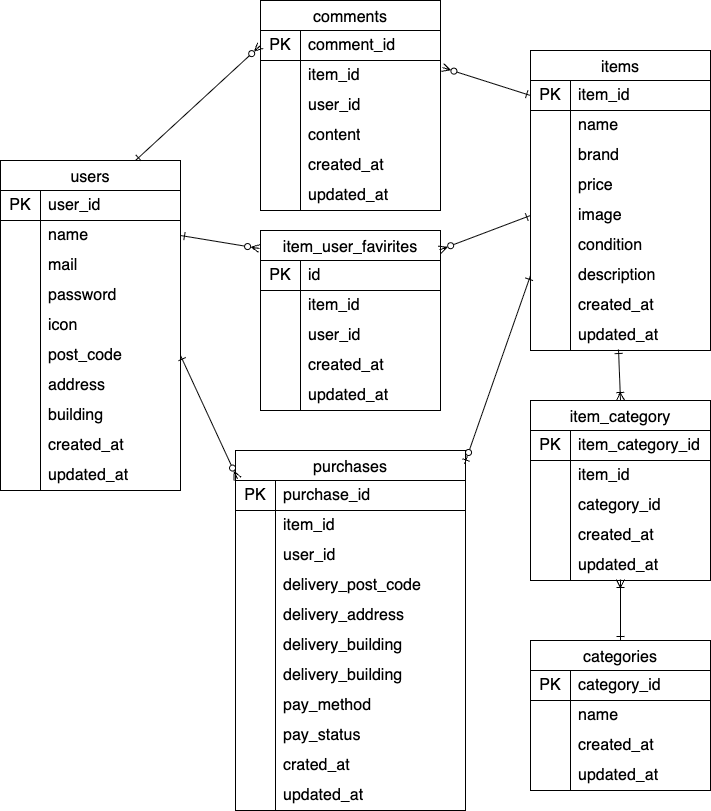
Above: src/ER.drawio.png in hirori374/flea-market-app (draw.io), before the change. Source tidied: cells renumbered, new cells last; positions are measured from the earlier drawing's top-left corner, leaving out a move shared by most shapes.
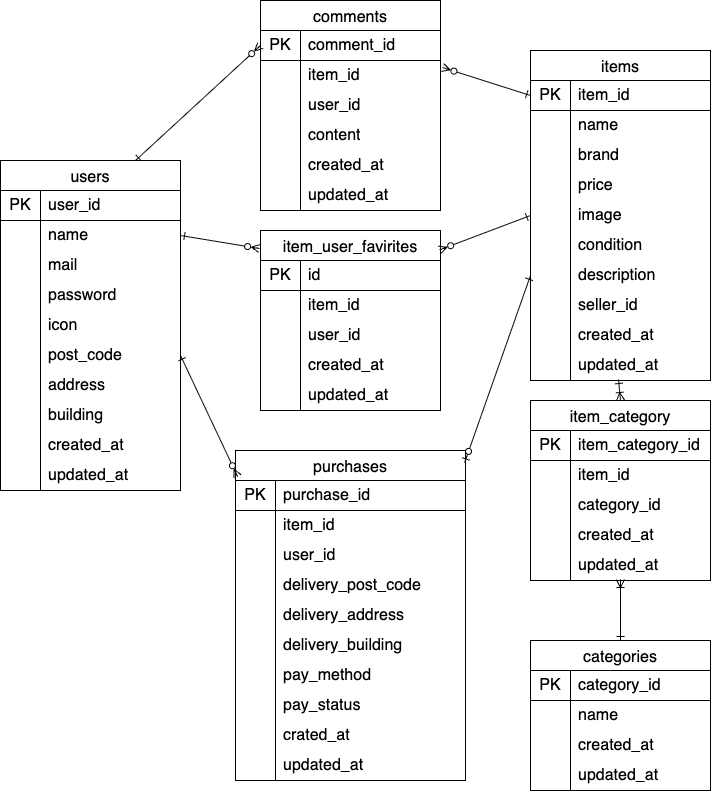
Later version of the same file.

Change to the diagram source:
```diff
@@ -96,7 +96,7 @@
       <mxGeometry x="40" width="140" height="30" as="geometry" />
     </mxCell>
     <mxCell id="33" value="items" style="shape=table;startSize=30;rowLines=0;fontStyle=0;strokeColor=default;fontSize=16;flipH=1;flipV=0;columnLines=1;resizeLastRow=0;absoluteArcSize=0;swimlaneHead=1;top=1;noLabel=0;" parent="1" vertex="1">
-      <mxGeometry x="530" y="50" width="180" height="300" as="geometry" />
+      <mxGeometry x="530" y="50" width="180" height="330" as="geometry" />
     </mxCell>
     <mxCell id="34" style="shape=tableRow;horizontal=0;startSize=0;swimlaneHead=0;swimlaneBody=0;top=0;left=0;bottom=0;right=0;fillColor=none;points=[[0,0.5],[1,0.5]];portConstraint=eastwest;strokeColor=default;fontSize=16;" parent="33" vertex="1">
       <mxGeometry y="30" width="180" height="30" as="geometry" />
@@ -161,8 +161,17 @@
     <mxCell id="54" value="description" style="shape=partialRectangle;html=1;whiteSpace=wrap;fillColor=none;top=0;left=0;bottom=0;right=0;align=left;spacingLeft=6;overflow=hidden;strokeColor=default;fontSize=16;" parent="52" vertex="1">
       <mxGeometry x="40" width="140" height="30" as="geometry" />
     </mxCell>
+    <mxCell id="167" style="shape=tableRow;horizontal=0;startSize=0;swimlaneHead=0;swimlaneBody=0;top=0;left=0;bottom=0;right=0;fillColor=none;strokeColor=default;fontSize=16;" parent="33" vertex="1">
+      <mxGeometry y="240" width="180" height="30" as="geometry" />
+    </mxCell>
+    <mxCell id="168" style="shape=partialRectangle;html=1;whiteSpace=wrap;fillColor=none;top=0;left=0;bottom=0;right=0;overflow=hidden;strokeColor=default;fontSize=16;fontColor=none;noLabel=1;" parent="167" vertex="1">
+      <mxGeometry width="40" height="30" as="geometry" />
+    </mxCell>
+    <mxCell id="169" value="seller_id" style="shape=partialRectangle;html=1;whiteSpace=wrap;fillColor=none;top=0;left=0;bottom=0;right=0;align=left;spacingLeft=6;overflow=hidden;strokeColor=default;fontSize=16;" parent="167" vertex="1">
+      <mxGeometry x="40" width="140" height="30" as="geometry" />
+    </mxCell>
     <mxCell id="55" style="shape=tableRow;horizontal=0;startSize=0;swimlaneHead=0;swimlaneBody=0;top=0;left=0;bottom=0;right=0;fillColor=none;strokeColor=default;fontSize=16;" parent="33" vertex="1">
-      <mxGeometry y="240" width="180" height="30" as="geometry" />
+      <mxGeometry y="270" width="180" height="30" as="geometry" />
     </mxCell>
     <mxCell id="56" style="shape=partialRectangle;html=1;whiteSpace=wrap;fillColor=none;top=0;left=0;bottom=0;right=0;overflow=hidden;strokeColor=default;fontSize=16;fontColor=none;noLabel=1;" parent="55" vertex="1">
       <mxGeometry width="40" height="30" as="geometry" />
@@ -171,7 +180,7 @@
       <mxGeometry x="40" width="140" height="30" as="geometry" />
     </mxCell>
     <mxCell id="58" style="shape=tableRow;horizontal=0;startSize=0;swimlaneHead=0;swimlaneBody=0;top=0;left=0;bottom=0;right=0;fillColor=none;points=[[0,0.5],[1,0.5]];portConstraint=eastwest;strokeColor=default;fontSize=16;" parent="33" vertex="1">
-      <mxGeometry y="270" width="180" height="30" as="geometry" />
+      <mxGeometry y="300" width="180" height="30" as="geometry" />
     </mxCell>
     <mxCell id="59" style="shape=partialRectangle;html=1;whiteSpace=wrap;fillColor=none;top=0;left=0;bottom=0;right=0;overflow=hidden;strokeColor=default;fontSize=16;fontColor=none;noLabel=1;" parent="58" vertex="1">
       <mxGeometry width="40" height="30" as="geometry" />
@@ -324,7 +333,7 @@
       <mxGeometry x="40" width="140" height="30" as="geometry" />
     </mxCell>
     <mxCell id="109" value="purchases" style="shape=table;startSize=30;rowLines=0;fontStyle=0;strokeColor=default;fontSize=16;flipH=1;flipV=0;columnLines=1;resizeLastRow=0;absoluteArcSize=0;swimlaneHead=1;top=1;noLabel=0;" parent="1" vertex="1">
-      <mxGeometry x="235" y="450" width="230" height="360" as="geometry" />
+      <mxGeometry x="235" y="450" width="230" height="330" as="geometry" />
     </mxCell>
     <mxCell id="110" style="shape=tableRow;horizontal=0;startSize=0;swimlaneHead=0;swimlaneBody=0;top=0;left=0;bottom=0;right=0;fillColor=none;strokeColor=default;fontSize=16;" parent="109" vertex="1">
       <mxGeometry y="30" width="230" height="30" as="geometry" />
@@ -380,17 +389,8 @@
     <mxCell id="127" value="delivery_building" style="shape=partialRectangle;html=1;whiteSpace=wrap;fillColor=none;top=0;left=0;bottom=0;right=0;align=left;spacingLeft=6;overflow=hidden;strokeColor=default;fontSize=16;" parent="125" vertex="1">
       <mxGeometry x="40" width="190" height="30" as="geometry" />
     </mxCell>
-    <mxCell id="128" style="shape=tableRow;horizontal=0;startSize=0;swimlaneHead=0;swimlaneBody=0;top=0;left=0;bottom=0;right=0;fillColor=none;strokeColor=default;fontSize=16;" parent="109" vertex="1">
-      <mxGeometry y="210" width="230" height="30" as="geometry" />
-    </mxCell>
-    <mxCell id="129" value="3" style="shape=partialRectangle;html=1;whiteSpace=wrap;fillColor=none;top=0;left=0;bottom=0;right=0;overflow=hidden;strokeColor=default;fontSize=16;fontColor=none;noLabel=1;" parent="128" vertex="1">
-      <mxGeometry width="40" height="30" as="geometry" />
-    </mxCell>
-    <mxCell id="130" value="delivery_building" style="shape=partialRectangle;html=1;whiteSpace=wrap;fillColor=none;top=0;left=0;bottom=0;right=0;align=left;spacingLeft=6;overflow=hidden;strokeColor=default;fontSize=16;" parent="128" vertex="1">
-      <mxGeometry x="40" width="190" height="30" as="geometry" />
-    </mxCell>
     <mxCell id="131" style="shape=tableRow;horizontal=0;startSize=0;swimlaneHead=0;swimlaneBody=0;top=0;left=0;bottom=0;right=0;fillColor=none;strokeColor=default;fontSize=16;" parent="109" vertex="1">
-      <mxGeometry y="240" width="230" height="30" as="geometry" />
+      <mxGeometry y="210" width="230" height="30" as="geometry" />
     </mxCell>
     <mxCell id="132" value="3" style="shape=partialRectangle;html=1;whiteSpace=wrap;fillColor=none;top=0;left=0;bottom=0;right=0;overflow=hidden;strokeColor=default;fontSize=16;fontColor=none;noLabel=1;" parent="131" vertex="1">
       <mxGeometry width="40" height="30" as="geometry" />
@@ -399,7 +399,7 @@
       <mxGeometry x="40" width="190" height="30" as="geometry" />
     </mxCell>
     <mxCell id="134" style="shape=tableRow;horizontal=0;startSize=0;swimlaneHead=0;swimlaneBody=0;top=0;left=0;bottom=0;right=0;fillColor=none;strokeColor=default;fontSize=16;" parent="109" vertex="1">
-      <mxGeometry y="270" width="230" height="30" as="geometry" />
+      <mxGeometry y="240" width="230" height="30" as="geometry" />
     </mxCell>
     <mxCell id="135" style="shape=partialRectangle;html=1;whiteSpace=wrap;fillColor=none;top=0;left=0;bottom=0;right=0;overflow=hidden;strokeColor=default;fontSize=16;fontColor=none;noLabel=1;" parent="134" vertex="1">
       <mxGeometry width="40" height="30" as="geometry" />
@@ -408,7 +408,7 @@
       <mxGeometry x="40" width="190" height="30" as="geometry" />
     </mxCell>
     <mxCell id="137" style="shape=tableRow;horizontal=0;startSize=0;swimlaneHead=0;swimlaneBody=0;top=0;left=0;bottom=0;right=0;fillColor=none;strokeColor=default;fontSize=16;" parent="109" vertex="1">
-      <mxGeometry y="300" width="230" height="30" as="geometry" />
+      <mxGeometry y="270" width="230" height="30" as="geometry" />
     </mxCell>
     <mxCell id="138" style="shape=partialRectangle;html=1;whiteSpace=wrap;fillColor=none;top=0;left=0;bottom=0;right=0;overflow=hidden;strokeColor=default;fontSize=16;fontColor=none;noLabel=1;" parent="137" vertex="1">
       <mxGeometry width="40" height="30" as="geometry" />
@@ -417,7 +417,7 @@
       <mxGeometry x="40" width="190" height="30" as="geometry" />
     </mxCell>
     <mxCell id="140" style="shape=tableRow;horizontal=0;startSize=0;swimlaneHead=0;swimlaneBody=0;top=0;left=0;bottom=0;right=0;fillColor=none;strokeColor=default;fontSize=16;" parent="109" vertex="1">
-      <mxGeometry y="330" width="230" height="30" as="geometry" />
+      <mxGeometry y="300" width="230" height="30" as="geometry" />
     </mxCell>
     <mxCell id="141" style="shape=partialRectangle;html=1;whiteSpace=wrap;fillColor=none;top=0;left=0;bottom=0;right=0;overflow=hidden;strokeColor=default;fontSize=16;fontColor=none;noLabel=1;" parent="140" vertex="1">
       <mxGeometry width="40" height="30" as="geometry" />
```
